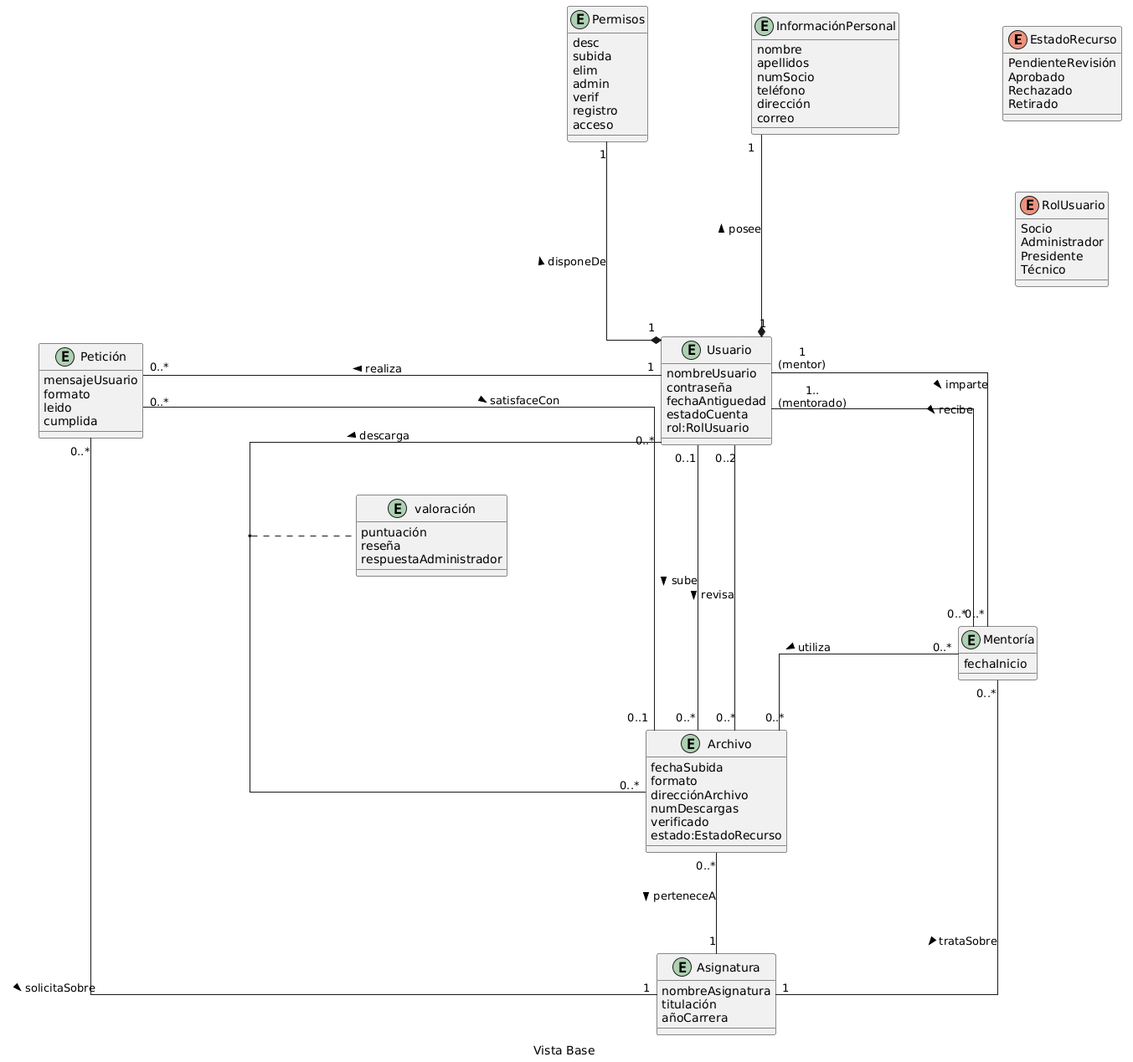
Antonio-US/proyecto-curso-iissi1-2026-XBG4971 keeps this PlantUML diagram as @startuml-1.png. Above is the earlier version. The source it was exported from:
```plantuml
@startuml
skinparam linetype ortho
skinparam Nodesep 125
caption Vista Base

enum EstadoRecurso
	EstadoRecurso : PendienteRevisión
	EstadoRecurso : Aprobado
	EstadoRecurso : Rechazado
	EstadoRecurso : Retirado

enum RolUsuario
	RolUsuario : Socio
	RolUsuario : Administrador
	RolUsuario : Presidente
	RolUsuario : Técnico

entity Usuario
	Usuario : nombreUsuario
	Usuario : contraseña
	Usuario : fechaAntiguedad
	Usuario : estadoCuenta
	Usuario : rol:RolUsuario

entity InformaciónPersonal
	InformaciónPersonal : nombre
	InformaciónPersonal : apellidos
	InformaciónPersonal : numSocio
	InformaciónPersonal : teléfono
	InformaciónPersonal : dirección
	InformaciónPersonal : correo

entity Permisos
	Permisos : desc
	Permisos : subida
	Permisos : elim
	Permisos : admin
	Permisos : verif
	Permisos : registro
	Permisos : acceso

entity Archivo
	Archivo : fechaSubida
	Archivo : formato
	Archivo : direcciónArchivo
	Archivo : numDescargas
	Archivo : verificado
	Archivo : estado:EstadoRecurso

entity Asignatura
	Asignatura : nombreAsignatura
	Asignatura : titulación
	Asignatura : añoCarrera

entity valoración
	valoración : puntuación
	valoración : reseña
	valoración : respuestaAdministrador

entity Petición
	Petición : mensajeUsuario
	Petición : formato
	Petición : leido
	Petición : cumplida

entity Mentoría
    Mentoría : fechaInicio


EstadoRecurso -[hidden]- RolUsuario

Usuario "1" *--u- "1" InformaciónPersonal : posee >
Usuario "1" *--u- "1" Permisos : disponeDe >


Usuario "0..1" -- "0..*" Archivo : sube >
Usuario "0..2" ---- "0..*" Archivo : revisa >
Usuario "0..*" -- "0..*" Archivo : descarga >
(Usuario, Archivo) .. valoración

Archivo "0..*" --- "1" Asignatura : perteneceA >

Usuario "1" -l- "0..*" Petición : realiza >
Petición "0..*" -- "1" Asignatura : solicitaSobre >
Petición "0..*" -- "0..1" Archivo : satisfaceCon >

Usuario "1\n(mentor)" -- "0..*" Mentoría : imparte >
Usuario "1..\n(mentorado)" -- "0..*" Mentoría : recibe >

Mentoría "0..*" -- "1" Asignatura : trataSobre >
Mentoría "0..*" -- "0..*" Archivo : utiliza >


@endluml
```
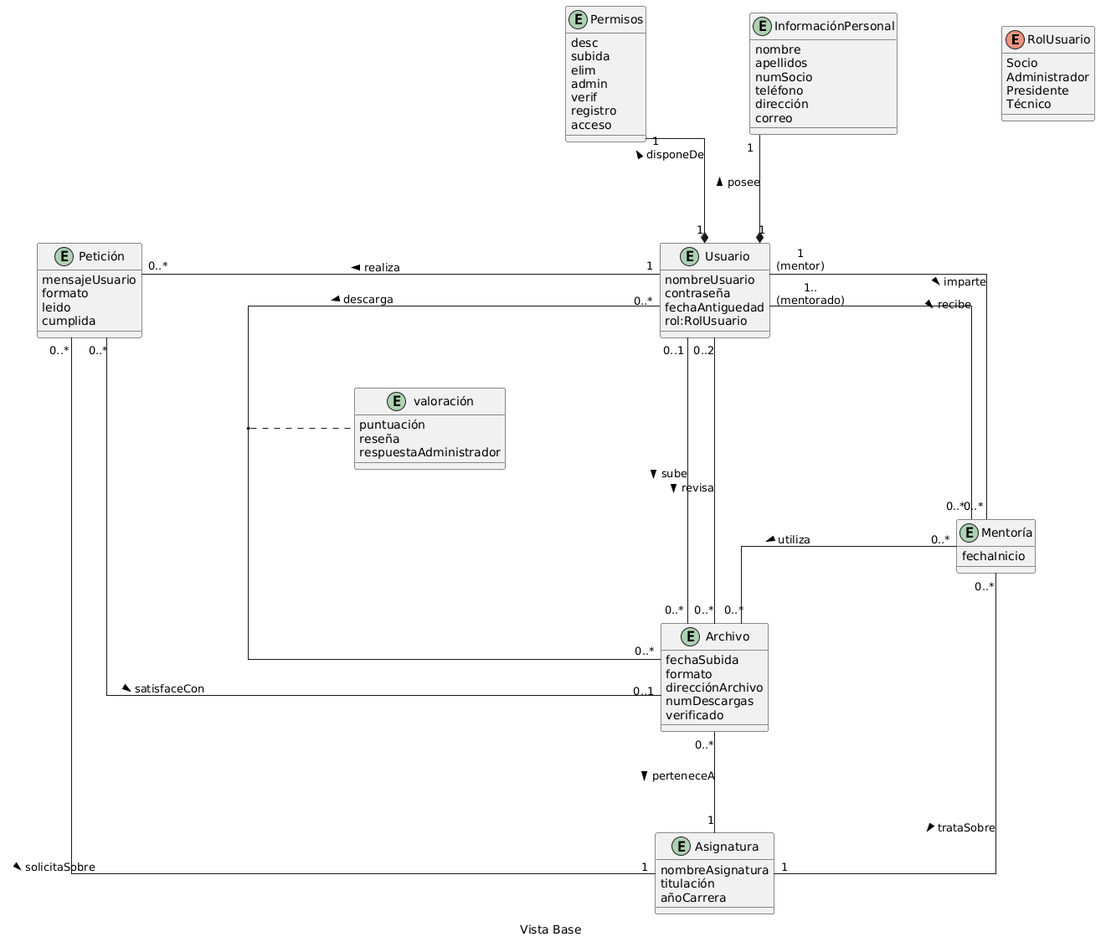
Above is the later version.

Diff of the diagram source:
```diff
@@ -3,11 +3,6 @@
 skinparam Nodesep 125
 caption Vista Base
 
-enum EstadoRecurso
-	EstadoRecurso : PendienteRevisión
-	EstadoRecurso : Aprobado
-	EstadoRecurso : Rechazado
-	EstadoRecurso : Retirado
 
 enum RolUsuario
 	RolUsuario : Socio
@@ -19,7 +14,6 @@
 	Usuario : nombreUsuario
 	Usuario : contraseña
 	Usuario : fechaAntiguedad
-	Usuario : estadoCuenta
 	Usuario : rol:RolUsuario
 
 entity InformaciónPersonal
@@ -45,7 +39,6 @@
 	Archivo : direcciónArchivo
 	Archivo : numDescargas
 	Archivo : verificado
-	Archivo : estado:EstadoRecurso
 
 entity Asignatura
 	Asignatura : nombreAsignatura
@@ -66,8 +59,6 @@
 entity Mentoría
     Mentoría : fechaInicio
 
-
-EstadoRecurso -[hidden]- RolUsuario
 
 Usuario "1" *--u- "1" InformaciónPersonal : posee >
 Usuario "1" *--u- "1" Permisos : disponeDe >
```
